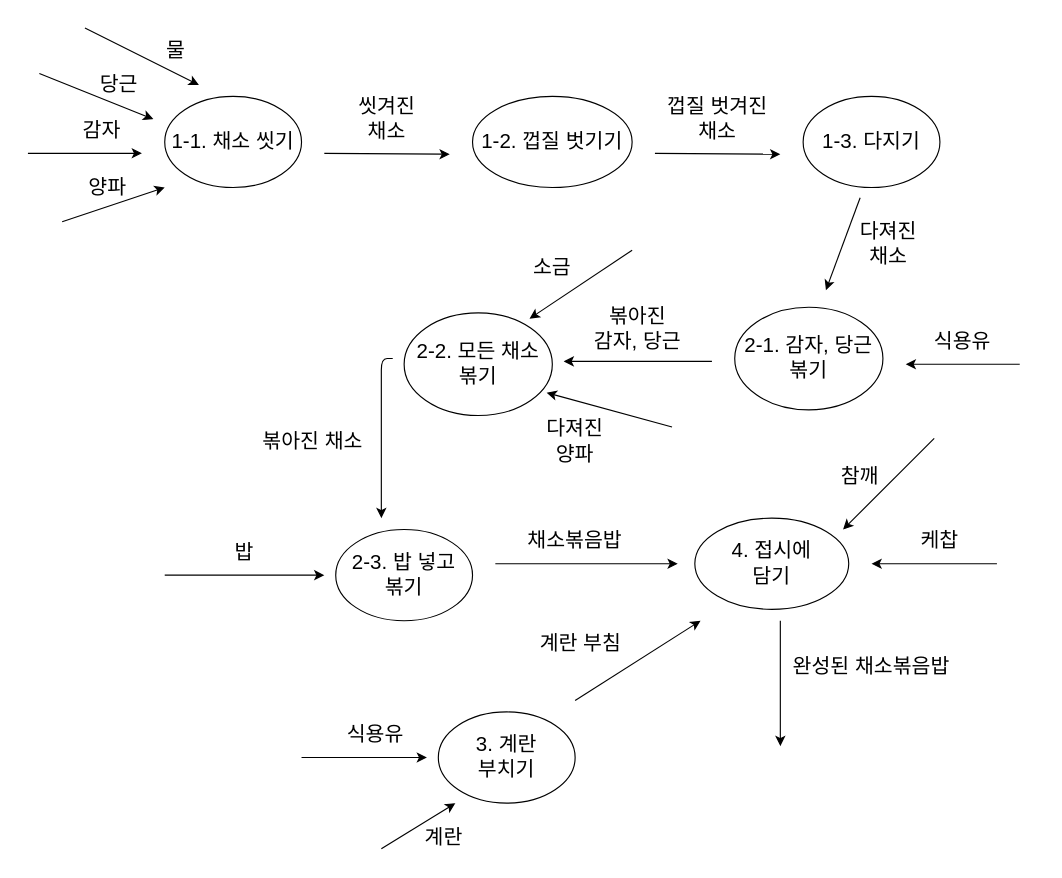
The draw.io diagram Untitled Diagram.drawio in jgy2808/Algorithm, before the edit. Source tidied: cells renumbered, new cells numbered last; positions are measured from the earlier drawing's top-left corner, leaving out a move shared by most shapes. Both pictures are drawn from the tidied source at 114%, with x=0, y=0 at pixel (27, 27).
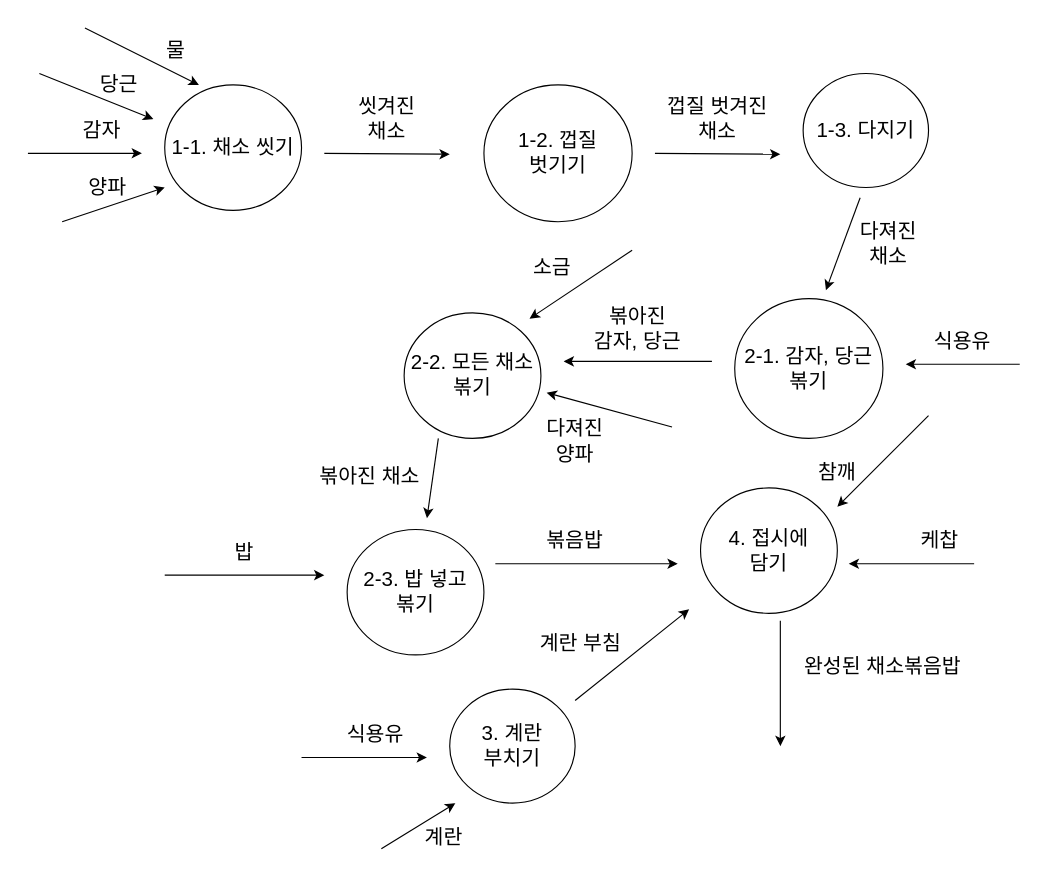
After the change.

Diff of the diagram source:
```diff
@@
     <mxCell id="2" value="&lt;font style=&quot;font-size: 18px&quot;&gt;1-1. 채소 씻기&lt;/font&gt;" style="ellipse;whiteSpace=wrap;html=1;" parent="1" vertex="1">
-      <mxGeometry x="120" y="60" width="120" height="80" as="geometry" />
+      <mxGeometry x="120" y="50" width="120" height="110" as="geometry" />
     </mxCell>
@@
-    <mxCell id="9" value="&lt;font style=&quot;font-size: 18px&quot;&gt;1-2. 껍질 벗기기&lt;br&gt;&lt;/font&gt;" style="ellipse;whiteSpace=wrap;html=1;" parent="1" vertex="1">
-      <mxGeometry x="390" y="60" width="140" height="80" as="geometry" />
+    <mxCell id="9" value="&lt;font style=&quot;font-size: 18px&quot;&gt;1-2. 껍질 &lt;br&gt;벗기기&lt;br&gt;&lt;/font&gt;" style="ellipse;whiteSpace=wrap;html=1;" parent="1" vertex="1">
+      <mxGeometry x="400" y="50" width="130" height="120" as="geometry" />
     </mxCell>
@@
     <mxCell id="11" value="&lt;font style=&quot;font-size: 18px&quot;&gt;1-3. 다지기&lt;br&gt;&lt;/font&gt;" style="ellipse;whiteSpace=wrap;html=1;" parent="1" vertex="1">
-      <mxGeometry x="680" y="60" width="120" height="80" as="geometry" />
+      <mxGeometry x="680" y="40" width="110" height="100" as="geometry" />
     </mxCell>
@@
     <mxCell id="19" value="&lt;font style=&quot;font-size: 18px&quot;&gt;2-1. 감자, 당근&lt;br&gt;볶기&lt;br&gt;&lt;/font&gt;" style="ellipse;whiteSpace=wrap;html=1;" parent="1" vertex="1">
-      <mxGeometry x="620" y="245" width="130" height="90" as="geometry" />
+      <mxGeometry x="620" y="237.5" width="130" height="122.5" as="geometry" />
     </mxCell>
@@
     <mxCell id="22" value="&lt;font style=&quot;font-size: 18px&quot;&gt;2-2. 모든 채소&lt;br&gt;볶기&lt;br&gt;&lt;/font&gt;" style="ellipse;whiteSpace=wrap;html=1;" parent="1" vertex="1">
-      <mxGeometry x="330" y="250" width="130" height="90" as="geometry" />
+      <mxGeometry x="330" y="250" width="120" height="110" as="geometry" />
     </mxCell>
@@
     <mxCell id="25" style="endArrow=classic;html=1;" parent="1" edge="1">
       <mxGeometry relative="1" as="geometry">
-        <mxPoint x="320" y="290" as="sourcePoint" />
-        <mxPoint x="310" y="430" as="targetPoint" />
-        <Array as="points">
-          <mxPoint x="310" y="290" />
-        </Array>
+        <mxPoint x="360" y="360" as="sourcePoint" />
+        <mxPoint x="350" y="430" as="targetPoint" />
       </mxGeometry>
     </mxCell>
     <mxCell id="26" value="&lt;font style=&quot;font-size: 18px&quot;&gt;볶아진 채소&lt;br&gt;&lt;/font&gt;" style="text;html=1;strokeColor=none;fillColor=none;align=center;verticalAlign=middle;whiteSpace=wrap;rounded=0;" parent="1" vertex="1">
-      <mxGeometry x="190" y="352.5" width="120" height="20" as="geometry" />
+      <mxGeometry x="240" y="384" width="120" height="20" as="geometry" />
     </mxCell>
     <mxCell id="27" value="&lt;font style=&quot;font-size: 18px&quot;&gt;2-3. 밥 넣고&lt;br&gt;볶기&lt;br&gt;&lt;/font&gt;" style="ellipse;whiteSpace=wrap;html=1;" parent="1" vertex="1">
-      <mxGeometry x="270" y="440" width="120" height="80" as="geometry" />
+      <mxGeometry x="280" y="440" width="120" height="110" as="geometry" />
     </mxCell>
@@
-    <mxCell id="31" value="&lt;font style=&quot;font-size: 18px&quot;&gt;채소볶음밥&lt;br&gt;&lt;/font&gt;" style="text;html=1;strokeColor=none;fillColor=none;align=center;verticalAlign=middle;whiteSpace=wrap;rounded=0;" parent="1" vertex="1">
+    <mxCell id="31" value="&lt;font style=&quot;font-size: 18px&quot;&gt;볶음밥&lt;br&gt;&lt;/font&gt;" style="text;html=1;strokeColor=none;fillColor=none;align=center;verticalAlign=middle;whiteSpace=wrap;rounded=0;" parent="1" vertex="1">
       <mxGeometry x="385" y="440" width="190" height="20" as="geometry" />
     </mxCell>
     <mxCell id="32" value="&lt;font style=&quot;font-size: 18px&quot;&gt;3. 계란&lt;br&gt;부치기&lt;br&gt;&lt;/font&gt;" style="ellipse;whiteSpace=wrap;html=1;" parent="1" vertex="1">
-      <mxGeometry x="360" y="600" width="120" height="80" as="geometry" />
+      <mxGeometry x="370" y="580" width="110" height="100" as="geometry" />
     </mxCell>
@@
     <mxCell id="36" value="&lt;span style=&quot;font-size: 18px&quot;&gt;4. 접시에 &lt;br&gt;담기&lt;/span&gt;" style="ellipse;whiteSpace=wrap;html=1;" parent="1" vertex="1">
-      <mxGeometry x="585" y="430" width="135" height="80" as="geometry" />
+      <mxGeometry x="590" y="403.5" width="120" height="110" as="geometry" />
     </mxCell>
     <mxCell id="37" style="endArrow=classic;html=1;" parent="1" edge="1">
       <mxGeometry relative="1" as="geometry">
         <mxPoint x="480" y="590" as="sourcePoint" />
-        <mxPoint x="590" y="520" as="targetPoint" />
+        <mxPoint x="580" y="510" as="targetPoint" />
       </mxGeometry>
     </mxCell>
@@
     <mxCell id="39" style="endArrow=classic;html=1;" parent="1" edge="1">
       <mxGeometry relative="1" as="geometry">
-        <mxPoint x="850" y="470" as="sourcePoint" />
-        <mxPoint x="740" y="470" as="targetPoint" />
+        <mxPoint x="830" y="470" as="sourcePoint" />
+        <mxPoint x="720" y="470" as="targetPoint" />
       </mxGeometry>
     </mxCell>
     <mxCell id="40" value="&lt;font style=&quot;font-size: 18px&quot;&gt;참깨&lt;br&gt;&lt;/font&gt;" style="text;html=1;strokeColor=none;fillColor=none;align=center;verticalAlign=middle;whiteSpace=wrap;rounded=0;" parent="1" vertex="1">
-      <mxGeometry x="700" y="384" width="60" height="20" as="geometry" />
+      <mxGeometry x="680" y="380" width="60" height="20" as="geometry" />
     </mxCell>
     <mxCell id="41" style="endArrow=classic;html=1;" parent="1" edge="1">
       <mxGeometry relative="1" as="geometry">
-        <mxPoint x="795" y="360" as="sourcePoint" />
-        <mxPoint x="715" y="440" as="targetPoint" />
+        <mxPoint x="790" y="340" as="sourcePoint" />
+        <mxPoint x="710" y="420" as="targetPoint" />
       </mxGeometry>
     </mxCell>
@@
     <mxCell id="43" value="&lt;font style=&quot;font-size: 18px&quot;&gt;완성된 채소볶음밥&lt;br&gt;&lt;/font&gt;" style="text;html=1;strokeColor=none;fillColor=none;align=center;verticalAlign=middle;whiteSpace=wrap;rounded=0;" parent="1" vertex="1">
-      <mxGeometry x="590" y="550" width="300" height="20" as="geometry" />
+      <mxGeometry x="660" y="550" width="180" height="20" as="geometry" />
     </mxCell>
```
